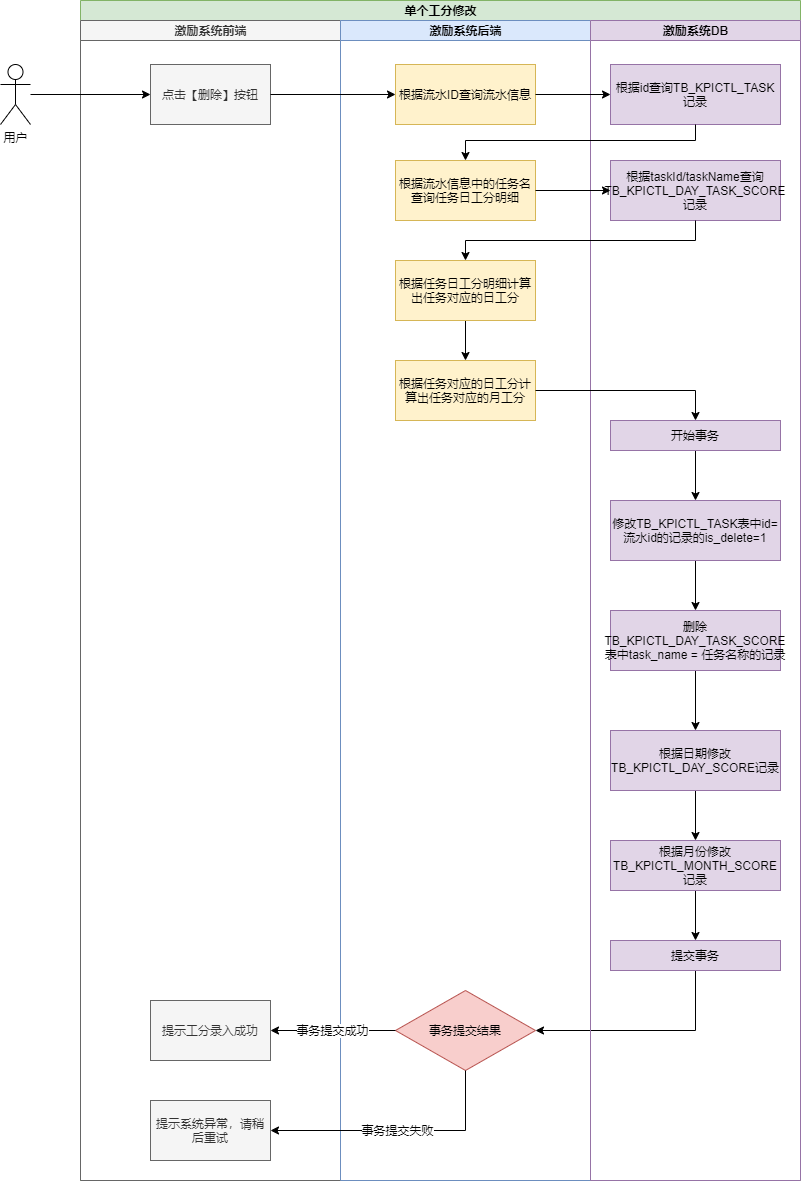
Earlier version of the draw.io export Untitled Diagram.png (julingpu/coffee). Source tidied: cells renumbered, new cells last; positions are measured from the earlier drawing's top-left corner, leaving out a move shared by most shapes.
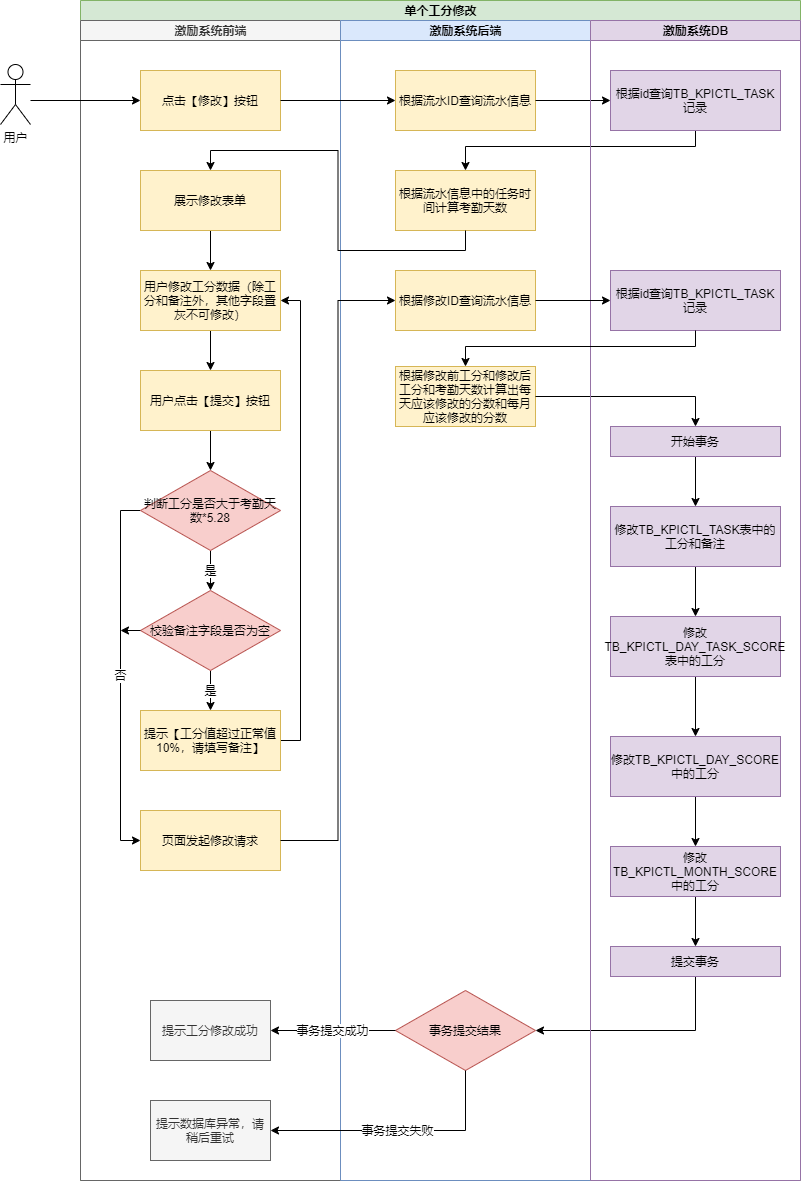
After the commit.

What changed in the source:
```diff
@@ -8,20 +8,69 @@
     <mxCell id="3" value="激励系统前端" style="swimlane;html=1;startSize=20;fillColor=#f5f5f5;strokeColor=#666666;fontColor=#333333;" parent="2" vertex="1">
       <mxGeometry y="20" width="260" height="1160" as="geometry" />
     </mxCell>
-    <mxCell id="4" value="点击【删除】按钮" style="rounded=0;whiteSpace=wrap;html=1;fontFamily=Helvetica;fontSize=12;fontColor=#333333;align=center;fillColor=#f5f5f5;strokeColor=#666666;" parent="3" vertex="1">
-      <mxGeometry x="70" y="44" width="120" height="60" as="geometry" />
-    </mxCell>
     <mxCell id="5" value="数据验证不通过" style="edgeStyle=orthogonalEdgeStyle;rounded=0;orthogonalLoop=1;jettySize=auto;html=1;exitX=0.5;exitY=1;exitDx=0;exitDy=0;entryX=0.5;entryY=0;entryDx=0;entryDy=0;" parent="3" edge="1">
       <mxGeometry relative="1" as="geometry">
         <mxPoint x="130" y="330" as="sourcePoint" />
       </mxGeometry>
     </mxCell>
-    <mxCell id="6" value="提示工分录入成功" style="rounded=0;whiteSpace=wrap;html=1;fontFamily=Helvetica;fontSize=12;fontColor=#333333;align=center;fillColor=#f5f5f5;strokeColor=#666666;" parent="3" vertex="1">
+    <mxCell id="6" value="提示工分修改成功" style="rounded=0;whiteSpace=wrap;html=1;fontFamily=Helvetica;fontSize=12;fontColor=#333333;align=center;fillColor=#f5f5f5;strokeColor=#666666;" parent="3" vertex="1">
       <mxGeometry x="70" y="980" width="120" height="60" as="geometry" />
     </mxCell>
-    <mxCell id="7" value="提示系统异常，请稍后重试" style="rounded=0;whiteSpace=wrap;html=1;fontFamily=Helvetica;fontSize=12;fontColor=#333333;align=center;fillColor=#f5f5f5;strokeColor=#666666;" parent="3" vertex="1">
+    <mxCell id="7" value="提示数据库异常，请稍后重试" style="rounded=0;whiteSpace=wrap;html=1;fontFamily=Helvetica;fontSize=12;fontColor=#333333;align=center;fillColor=#f5f5f5;strokeColor=#666666;" parent="3" vertex="1">
       <mxGeometry x="70" y="1080" width="120" height="60" as="geometry" />
     </mxCell>
+    <mxCell id="42" value="点击【修改】按钮" style="rounded=0;whiteSpace=wrap;html=1;fontFamily=Helvetica;fontSize=12;align=center;fillColor=#fff2cc;strokeColor=#d6b656;" parent="3" vertex="1">
+      <mxGeometry x="60" y="50" width="140" height="60" as="geometry" />
+    </mxCell>
+    <mxCell id="43" style="edgeStyle=orthogonalEdgeStyle;rounded=0;jettySize=auto;html=1;exitX=0.5;exitY=1;exitDx=0;exitDy=0;entryX=0.5;entryY=0;entryDx=0;entryDy=0;" parent="3" edge="1" source="44" target="46">
+      <mxGeometry relative="1" as="geometry" />
+    </mxCell>
+    <mxCell id="44" value="展示修改表单" style="rounded=0;whiteSpace=wrap;html=1;fontFamily=Helvetica;fontSize=12;align=center;fillColor=#fff2cc;strokeColor=#d6b656;" parent="3" vertex="1">
+      <mxGeometry x="60" y="150" width="140" height="60" as="geometry" />
+    </mxCell>
+    <mxCell id="45" style="edgeStyle=orthogonalEdgeStyle;rounded=0;jettySize=auto;html=1;exitX=0.5;exitY=1;exitDx=0;exitDy=0;entryX=0.5;entryY=0;entryDx=0;entryDy=0;" parent="3" edge="1" source="46" target="56">
+      <mxGeometry relative="1" as="geometry" />
+    </mxCell>
+    <mxCell id="46" value="用户修改工分数据（除工分和备注外，其他字段置灰不可修改）" style="rounded=0;whiteSpace=wrap;html=1;fontFamily=Helvetica;fontSize=12;align=center;fillColor=#fff2cc;strokeColor=#d6b656;" parent="3" vertex="1">
+      <mxGeometry x="60" y="250" width="140" height="60" as="geometry" />
+    </mxCell>
+    <mxCell id="47" value="是" style="edgeStyle=orthogonalEdgeStyle;rounded=0;jettySize=auto;html=1;exitX=0.5;exitY=1;exitDx=0;exitDy=0;entryX=0.5;entryY=0;entryDx=0;entryDy=0;" parent="3" edge="1" source="49">
+      <mxGeometry relative="1" as="geometry">
+        <mxPoint x="130" y="570" as="targetPoint" />
+      </mxGeometry>
+    </mxCell>
+    <mxCell id="48" value="否" style="edgeStyle=orthogonalEdgeStyle;rounded=0;jettySize=auto;html=1;exitX=0;exitY=0.5;exitDx=0;exitDy=0;entryX=0;entryY=0.5;entryDx=0;entryDy=0;" parent="3" edge="1" source="49" target="50">
+      <mxGeometry relative="1" as="geometry">
+        <Array as="points">
+          <mxPoint x="40" y="490" />
+          <mxPoint x="40" y="820" />
+        </Array>
+      </mxGeometry>
+    </mxCell>
+    <mxCell id="49" value="判断工分是否大于考勤天数*5.28" style="rhombus;whiteSpace=wrap;html=1;fillColor=#f8cecc;strokeColor=#b85450;" parent="3" vertex="1">
+      <mxGeometry x="60" y="450" width="140" height="80" as="geometry" />
+    </mxCell>
+    <mxCell id="50" value="页面发起修改请求" style="rounded=0;whiteSpace=wrap;html=1;fontFamily=Helvetica;fontSize=12;align=center;fillColor=#fff2cc;strokeColor=#d6b656;" parent="3" vertex="1">
+      <mxGeometry x="60" y="790" width="140" height="60" as="geometry" />
+    </mxCell>
+    <mxCell id="51" value="是" style="edgeStyle=orthogonalEdgeStyle;rounded=0;jettySize=auto;html=1;exitX=0.5;exitY=1;exitDx=0;exitDy=0;entryX=0.5;entryY=0;entryDx=0;entryDy=0;" parent="3" edge="1" source="52" target="54">
+      <mxGeometry relative="1" as="geometry" />
+    </mxCell>
+    <mxCell id="52" value="校验备注字段是否为空" style="rhombus;whiteSpace=wrap;html=1;fillColor=#f8cecc;strokeColor=#b85450;" parent="3" vertex="1">
+      <mxGeometry x="60" y="570" width="140" height="80" as="geometry" />
+    </mxCell>
+    <mxCell id="53" style="edgeStyle=orthogonalEdgeStyle;rounded=0;jettySize=auto;html=1;exitX=1;exitY=0.5;exitDx=0;exitDy=0;entryX=1;entryY=0.5;entryDx=0;entryDy=0;" parent="3" edge="1" source="54" target="46">
+      <mxGeometry relative="1" as="geometry" />
+    </mxCell>
+    <mxCell id="54" value="提示【工分值超过正常值10%，请填写备注】" style="rounded=0;whiteSpace=wrap;html=1;fontFamily=Helvetica;fontSize=12;align=center;fillColor=#fff2cc;strokeColor=#d6b656;" parent="3" vertex="1">
+      <mxGeometry x="60" y="690" width="140" height="60" as="geometry" />
+    </mxCell>
+    <mxCell id="55" style="edgeStyle=orthogonalEdgeStyle;rounded=0;jettySize=auto;html=1;exitX=0.5;exitY=1;exitDx=0;exitDy=0;entryX=0.5;entryY=0;entryDx=0;entryDy=0;" parent="3" edge="1" source="56" target="49">
+      <mxGeometry relative="1" as="geometry" />
+    </mxCell>
+    <mxCell id="56" value="用户点击【提交】按钮" style="rounded=0;whiteSpace=wrap;html=1;fontFamily=Helvetica;fontSize=12;align=center;fillColor=#fff2cc;strokeColor=#d6b656;" parent="3" vertex="1">
+      <mxGeometry x="60" y="350" width="140" height="60" as="geometry" />
+    </mxCell>
     <mxCell id="8" value="激励系统后端" style="swimlane;html=1;startSize=20;fillColor=#dae8fc;strokeColor=#6c8ebf;" parent="2" vertex="1">
       <mxGeometry x="260" y="20" width="250" height="1160" as="geometry" />
     </mxCell>
@@ -29,19 +78,16 @@
       <mxGeometry x="55" y="970" width="140" height="80" as="geometry" />
     </mxCell>
     <mxCell id="10" value="根据流水ID查询流水信息" style="rounded=0;whiteSpace=wrap;html=1;fontFamily=Helvetica;fontSize=12;align=center;fillColor=#fff2cc;strokeColor=#d6b656;" parent="8" vertex="1">
-      <mxGeometry x="55" y="44" width="140" height="60" as="geometry" />
+      <mxGeometry x="55" y="50" width="140" height="60" as="geometry" />
     </mxCell>
-    <mxCell id="11" value="根据流水信息中的任务名查询任务日工分明细" style="rounded=0;whiteSpace=wrap;html=1;fontFamily=Helvetica;fontSize=12;align=center;fillColor=#fff2cc;strokeColor=#d6b656;" parent="8" vertex="1">
-      <mxGeometry x="55" y="140" width="140" height="60" as="geometry" />
+    <mxCell id="11" value="根据流水信息中的任务时间计算考勤天数" style="rounded=0;whiteSpace=wrap;html=1;fontFamily=Helvetica;fontSize=12;align=center;fillColor=#fff2cc;strokeColor=#d6b656;" parent="8" vertex="1">
+      <mxGeometry x="55" y="150" width="140" height="60" as="geometry" />
     </mxCell>
-    <mxCell id="12" style="edgeStyle=orthogonalEdgeStyle;rounded=0;jettySize=auto;html=1;exitX=0.5;exitY=1;exitDx=0;exitDy=0;entryX=0.5;entryY=0;entryDx=0;entryDy=0;" parent="8" edge="1" source="13" target="14">
-      <mxGeometry relative="1" as="geometry" />
-    </mxCell>
-    <mxCell id="13" value="根据任务日工分明细计算出任务对应的日工分" style="rounded=0;whiteSpace=wrap;html=1;fontFamily=Helvetica;fontSize=12;align=center;fillColor=#fff2cc;strokeColor=#d6b656;" parent="8" vertex="1">
-      <mxGeometry x="55" y="240" width="140" height="60" as="geometry" />
+    <mxCell id="13" value="根据修改ID查询流水信息" style="rounded=0;whiteSpace=wrap;html=1;fontFamily=Helvetica;fontSize=12;align=center;fillColor=#fff2cc;strokeColor=#d6b656;" parent="8" vertex="1">
+      <mxGeometry x="55" y="250" width="140" height="60" as="geometry" />
     </mxCell>
-    <mxCell id="14" value="根据任务对应的日工分计算出任务对应的月工分" style="rounded=0;whiteSpace=wrap;html=1;fontFamily=Helvetica;fontSize=12;align=center;fillColor=#fff2cc;strokeColor=#d6b656;" parent="8" vertex="1">
-      <mxGeometry x="55" y="340" width="140" height="60" as="geometry" />
+    <mxCell id="14" value="根据修改前工分和修改后工分和考勤天数计算出每天应该修改的分数和每月应该修改的分数" style="rounded=0;whiteSpace=wrap;html=1;fontFamily=Helvetica;fontSize=12;align=center;fillColor=#fff2cc;strokeColor=#d6b656;" parent="8" vertex="1">
+      <mxGeometry x="55" y="346" width="140" height="60" as="geometry" />
     </mxCell>
     <mxCell id="15" value="事务提交成功" style="edgeStyle=orthogonalEdgeStyle;rounded=0;jettySize=auto;html=1;exitX=0;exitY=0.5;exitDx=0;exitDy=0;entryX=1;entryY=0.5;entryDx=0;entryDy=0;" parent="2" edge="1" source="9" target="6">
       <mxGeometry relative="1" as="geometry" />
@@ -52,54 +98,65 @@
     <mxCell id="17" style="edgeStyle=orthogonalEdgeStyle;rounded=0;jettySize=auto;html=1;exitX=0.5;exitY=1;exitDx=0;exitDy=0;entryX=1;entryY=0.5;entryDx=0;entryDy=0;" parent="2" edge="1" source="29" target="9">
       <mxGeometry relative="1" as="geometry" />
     </mxCell>
+    <mxCell id="33" style="endArrow=classic;html=1;exitX=1;exitY=0.5;exitDx=0;exitDy=0;entryX=0;entryY=0.5;entryDx=0;entryDy=0;rounded=0;" parent="2" edge="1" source="10" target="30">
+      <mxGeometry relative="1" as="geometry" />
+    </mxCell>
+    <mxCell id="36" style="edgeStyle=orthogonalEdgeStyle;rounded=0;jettySize=auto;html=1;exitX=0.5;exitY=1;exitDx=0;exitDy=0;entryX=0.5;entryY=0;entryDx=0;entryDy=0;" parent="2" edge="1" source="30" target="11">
+      <mxGeometry relative="1" as="geometry">
+        <Array as="points">
+          <mxPoint x="615" y="146" />
+          <mxPoint x="385" y="146" />
+        </Array>
+      </mxGeometry>
+    </mxCell>
+    <mxCell id="39" style="edgeStyle=orthogonalEdgeStyle;rounded=0;jettySize=auto;html=1;exitX=1;exitY=0.5;exitDx=0;exitDy=0;entryX=0.5;entryY=0;entryDx=0;entryDy=0;" parent="2" edge="1" source="14" target="28">
+      <mxGeometry relative="1" as="geometry" />
+    </mxCell>
     <mxCell id="18" value="激励系统DB" style="swimlane;html=1;startSize=20;fillColor=#e1d5e7;strokeColor=#9673a6;" parent="2" vertex="1">
       <mxGeometry x="510" y="20" width="210" height="1160" as="geometry" />
     </mxCell>
     <mxCell id="19" style="edgeStyle=orthogonalEdgeStyle;rounded=0;jettySize=auto;html=1;exitX=0.5;exitY=1;exitDx=0;exitDy=0;" parent="18" edge="1" source="20" target="22">
       <mxGeometry relative="1" as="geometry" />
     </mxCell>
-    <mxCell id="20" value="修改TB_KPICTL_TASK表中id=流水id的记录的is_delete=1" style="rounded=0;whiteSpace=wrap;html=1;fontFamily=Helvetica;fontSize=12;align=center;fillColor=#e1d5e7;strokeColor=#9673a6;" parent="18" vertex="1">
-      <mxGeometry x="20" y="480" width="170" height="60" as="geometry" />
+    <mxCell id="20" value="修改TB_KPICTL_TASK表中的工分和备注" style="rounded=0;whiteSpace=wrap;html=1;fontFamily=Helvetica;fontSize=12;align=center;fillColor=#e1d5e7;strokeColor=#9673a6;" parent="18" vertex="1">
+      <mxGeometry x="20" y="486" width="170" height="60" as="geometry" />
     </mxCell>
     <mxCell id="21" style="edgeStyle=orthogonalEdgeStyle;rounded=0;jettySize=auto;html=1;exitX=0.5;exitY=1;exitDx=0;exitDy=0;entryX=0.5;entryY=0;entryDx=0;entryDy=0;" parent="18" edge="1" source="22" target="24">
       <mxGeometry relative="1" as="geometry" />
     </mxCell>
-    <mxCell id="22" value="删除TB_KPICTL_DAY_TASK_SCORE表中task_name = 任务名称的记录" style="rounded=0;whiteSpace=wrap;html=1;fontFamily=Helvetica;fontSize=12;align=center;fillColor=#e1d5e7;strokeColor=#9673a6;" parent="18" vertex="1">
-      <mxGeometry x="20" y="590" width="170" height="60" as="geometry" />
+    <mxCell id="22" value="修改TB_KPICTL_DAY_TASK_SCORE表中的工分" style="rounded=0;whiteSpace=wrap;html=1;fontFamily=Helvetica;fontSize=12;align=center;fillColor=#e1d5e7;strokeColor=#9673a6;" parent="18" vertex="1">
+      <mxGeometry x="20" y="596" width="170" height="60" as="geometry" />
     </mxCell>
     <mxCell id="23" style="edgeStyle=orthogonalEdgeStyle;rounded=0;jettySize=auto;html=1;exitX=0.5;exitY=1;exitDx=0;exitDy=0;entryX=0.5;entryY=0;entryDx=0;entryDy=0;" parent="18" edge="1" source="24" target="26">
       <mxGeometry relative="1" as="geometry" />
     </mxCell>
-    <mxCell id="24" value="根据日期修改TB_KPICTL_DAY_SCORE记录" style="rounded=0;whiteSpace=wrap;html=1;fontFamily=Helvetica;fontSize=12;align=center;fillColor=#e1d5e7;strokeColor=#9673a6;" parent="18" vertex="1">
-      <mxGeometry x="20" y="710" width="170" height="60" as="geometry" />
+    <mxCell id="24" value="修改TB_KPICTL_DAY_SCORE中的工分" style="rounded=0;whiteSpace=wrap;html=1;fontFamily=Helvetica;fontSize=12;align=center;fillColor=#e1d5e7;strokeColor=#9673a6;" parent="18" vertex="1">
+      <mxGeometry x="20" y="716" width="170" height="60" as="geometry" />
     </mxCell>
     <mxCell id="25" style="edgeStyle=orthogonalEdgeStyle;rounded=0;jettySize=auto;html=1;exitX=0.5;exitY=1;exitDx=0;exitDy=0;entryX=0.5;entryY=0;entryDx=0;entryDy=0;" parent="18" edge="1" source="26" target="29">
       <mxGeometry relative="1" as="geometry" />
     </mxCell>
-    <mxCell id="26" value="根据月份修改TB_KPICTL_MONTH_SCORE记录" style="rounded=0;whiteSpace=wrap;html=1;fontFamily=Helvetica;fontSize=12;align=center;fillColor=#e1d5e7;strokeColor=#9673a6;" parent="18" vertex="1">
-      <mxGeometry x="20" y="820" width="170" height="50" as="geometry" />
+    <mxCell id="26" value="修改TB_KPICTL_MONTH_SCORE中的工分" style="rounded=0;whiteSpace=wrap;html=1;fontFamily=Helvetica;fontSize=12;align=center;fillColor=#e1d5e7;strokeColor=#9673a6;" parent="18" vertex="1">
+      <mxGeometry x="20" y="826" width="170" height="50" as="geometry" />
     </mxCell>
     <mxCell id="27" style="edgeStyle=orthogonalEdgeStyle;rounded=0;jettySize=auto;html=1;exitX=0.5;exitY=1;exitDx=0;exitDy=0;" parent="18" edge="1" source="28" target="20">
       <mxGeometry relative="1" as="geometry" />
     </mxCell>
     <mxCell id="28" value="开始事务" style="rounded=0;whiteSpace=wrap;html=1;fontFamily=Helvetica;fontSize=12;align=center;fillColor=#e1d5e7;strokeColor=#9673a6;" parent="18" vertex="1">
-      <mxGeometry x="20" y="400" width="170" height="30" as="geometry" />
+      <mxGeometry x="20" y="406" width="170" height="30" as="geometry" />
     </mxCell>
     <mxCell id="29" value="提交事务" style="rounded=0;whiteSpace=wrap;html=1;fontFamily=Helvetica;fontSize=12;align=center;fillColor=#e1d5e7;strokeColor=#9673a6;" parent="18" vertex="1">
-      <mxGeometry x="20" y="920" width="170" height="30" as="geometry" />
+      <mxGeometry x="20" y="926" width="170" height="30" as="geometry" />
     </mxCell>
     <mxCell id="30" value="根据id查询TB_KPICTL_TASK记录" style="rounded=0;whiteSpace=wrap;html=1;fontFamily=Helvetica;fontSize=12;align=center;fillColor=#e1d5e7;strokeColor=#9673a6;" parent="18" vertex="1">
-      <mxGeometry x="20" y="44" width="170" height="60" as="geometry" />
+      <mxGeometry x="20" y="50" width="170" height="60" as="geometry" />
     </mxCell>
-    <mxCell id="31" value="根据taskId/taskName查询TB_KPICTL_DAY_TASK_SCORE记录" style="rounded=0;whiteSpace=wrap;html=1;fontFamily=Helvetica;fontSize=12;align=center;fillColor=#e1d5e7;strokeColor=#9673a6;" parent="18" vertex="1">
-      <mxGeometry x="20" y="140" width="170" height="60" as="geometry" />
-    </mxCell>
+    <mxCell id="57" value="根据id查询TB_KPICTL_TASK记录" style="rounded=0;whiteSpace=wrap;html=1;fontFamily=Helvetica;fontSize=12;align=center;fillColor=#e1d5e7;strokeColor=#9673a6;" parent="18" vertex="1">
+      <mxGeometry x="20" y="250" width="170" height="60" as="geometry" />
+    </mxCell>
-    <mxCell id="32" style="endArrow=classic;html=1;entryX=0;entryY=0.5;entryDx=0;entryDy=0;" parent="2" edge="1" source="4" target="10">
+    <mxCell id="32" style="endArrow=classic;html=1;entryX=0;entryY=0.5;entryDx=0;entryDy=0;exitX=1;exitY=0.5;exitDx=0;exitDy=0;" parent="2" edge="1" source="42" target="10">
       <mxGeometry relative="1" as="geometry" />
     </mxCell>
-    <mxCell id="33" style="endArrow=classic;html=1;exitX=1;exitY=0.5;exitDx=0;exitDy=0;entryX=0;entryY=0.5;entryDx=0;entryDy=0;rounded=0;" parent="2" edge="1" source="10" target="30">
-      <mxGeometry relative="1" as="geometry" />
-    </mxCell>
     <mxCell id="34" style="edgeStyle=orthogonalEdgeStyle;rounded=0;orthogonalLoop=1;jettySize=auto;html=1;exitX=1;exitY=0.5;exitDx=0;exitDy=0;entryX=0;entryY=0.5;entryDx=0;entryDy=0;" parent="2" edge="1">
       <mxGeometry relative="1" as="geometry">
         <mxPoint x="455" y="310" as="sourcePoint" />
@@ -108,28 +165,35 @@
     <mxCell id="35" value="数据验证通过" style="edgeLabel;html=1;align=center;verticalAlign=middle;" parent="34" vertex="1">
       <mxGeometry x="-0.1" relative="1" as="geometry" />
     </mxCell>
-    <mxCell id="36" style="edgeStyle=orthogonalEdgeStyle;rounded=0;jettySize=auto;html=1;exitX=0.5;exitY=1;exitDx=0;exitDy=0;entryX=0.5;entryY=0;entryDx=0;entryDy=0;" parent="2" edge="1" source="30" target="11">
-      <mxGeometry relative="1" as="geometry">
-        <Array as="points">
-          <mxPoint x="615" y="140" />
-          <mxPoint x="385" y="140" />
-        </Array>
-      </mxGeometry>
-    </mxCell>
-    <mxCell id="37" style="edgeStyle=orthogonalEdgeStyle;rounded=0;jettySize=auto;html=1;exitX=1;exitY=0.5;exitDx=0;exitDy=0;entryX=0;entryY=0.5;entryDx=0;entryDy=0;" parent="2" edge="1" source="11" target="31">
-      <mxGeometry relative="1" as="geometry" />
-    </mxCell>
-    <mxCell id="38" style="edgeStyle=orthogonalEdgeStyle;rounded=0;jettySize=auto;html=1;exitX=0.5;exitY=1;exitDx=0;exitDy=0;" parent="2" edge="1" source="31" target="13">
-      <mxGeometry relative="1" as="geometry" />
-    </mxCell>
-    <mxCell id="39" style="edgeStyle=orthogonalEdgeStyle;rounded=0;jettySize=auto;html=1;exitX=1;exitY=0.5;exitDx=0;exitDy=0;entryX=0.5;entryY=0;entryDx=0;entryDy=0;" parent="2" edge="1" source="14" target="28">
-      <mxGeometry relative="1" as="geometry" />
-    </mxCell>
+    <mxCell id="58" style="edgeStyle=orthogonalEdgeStyle;rounded=0;jettySize=auto;html=1;exitX=0.5;exitY=1;exitDx=0;exitDy=0;entryX=0.5;entryY=0;entryDx=0;entryDy=0;" parent="2" edge="1" source="11" target="44">
+      <mxGeometry relative="1" as="geometry" />
+    </mxCell>
+    <mxCell id="59" style="edgeStyle=orthogonalEdgeStyle;rounded=0;jettySize=auto;html=1;exitX=1;exitY=0.5;exitDx=0;exitDy=0;entryX=0;entryY=0.5;entryDx=0;entryDy=0;" parent="2" edge="1" source="13" target="57">
+      <mxGeometry relative="1" as="geometry" />
+    </mxCell>
+    <mxCell id="60" style="edgeStyle=orthogonalEdgeStyle;rounded=0;jettySize=auto;html=1;exitX=0.5;exitY=1;exitDx=0;exitDy=0;entryX=0.5;entryY=0;entryDx=0;entryDy=0;" parent="2" edge="1" source="57" target="14">
+      <mxGeometry relative="1" as="geometry">
+        <Array as="points">
+          <mxPoint x="615" y="346" />
+          <mxPoint x="385" y="346" />
+        </Array>
+      </mxGeometry>
+    </mxCell>
+    <mxCell id="61" style="edgeStyle=orthogonalEdgeStyle;rounded=0;jettySize=auto;html=1;exitX=1;exitY=0.5;exitDx=0;exitDy=0;entryX=0;entryY=0.5;entryDx=0;entryDy=0;" parent="2" edge="1" source="50" target="13">
+      <mxGeometry relative="1" as="geometry" />
+    </mxCell>
-    <mxCell id="40" style="edgeStyle=orthogonalEdgeStyle;rounded=0;jettySize=auto;html=1;entryX=0;entryY=0.5;entryDx=0;entryDy=0;" parent="1" edge="1" source="41" target="4">
-      <mxGeometry relative="1" as="geometry" />
+    <mxCell id="40" style="edgeStyle=orthogonalEdgeStyle;rounded=0;jettySize=auto;html=1;entryX=0;entryY=0.5;entryDx=0;entryDy=0;" parent="1" edge="1" target="42">
+      <mxGeometry relative="1" as="geometry">
+        <mxPoint x="30" y="100" as="sourcePoint" />
+      </mxGeometry>
     </mxCell>
     <mxCell id="41" value="用户" style="shape=umlActor;verticalLabelPosition=bottom;verticalAlign=top;html=1;outlineConnect=0;" parent="1" vertex="1">
       <mxGeometry y="64" width="30" height="60" as="geometry" />
     </mxCell>
+    <mxCell id="62" style="edgeStyle=orthogonalEdgeStyle;rounded=0;jettySize=auto;html=1;exitX=0;exitY=0.5;exitDx=0;exitDy=0;" parent="1" edge="1" source="52">
+      <mxGeometry relative="1" as="geometry">
+        <mxPoint x="120" y="630" as="targetPoint" />
+      </mxGeometry>
+    </mxCell>
   </root>
 </mxGraphModel>
```
